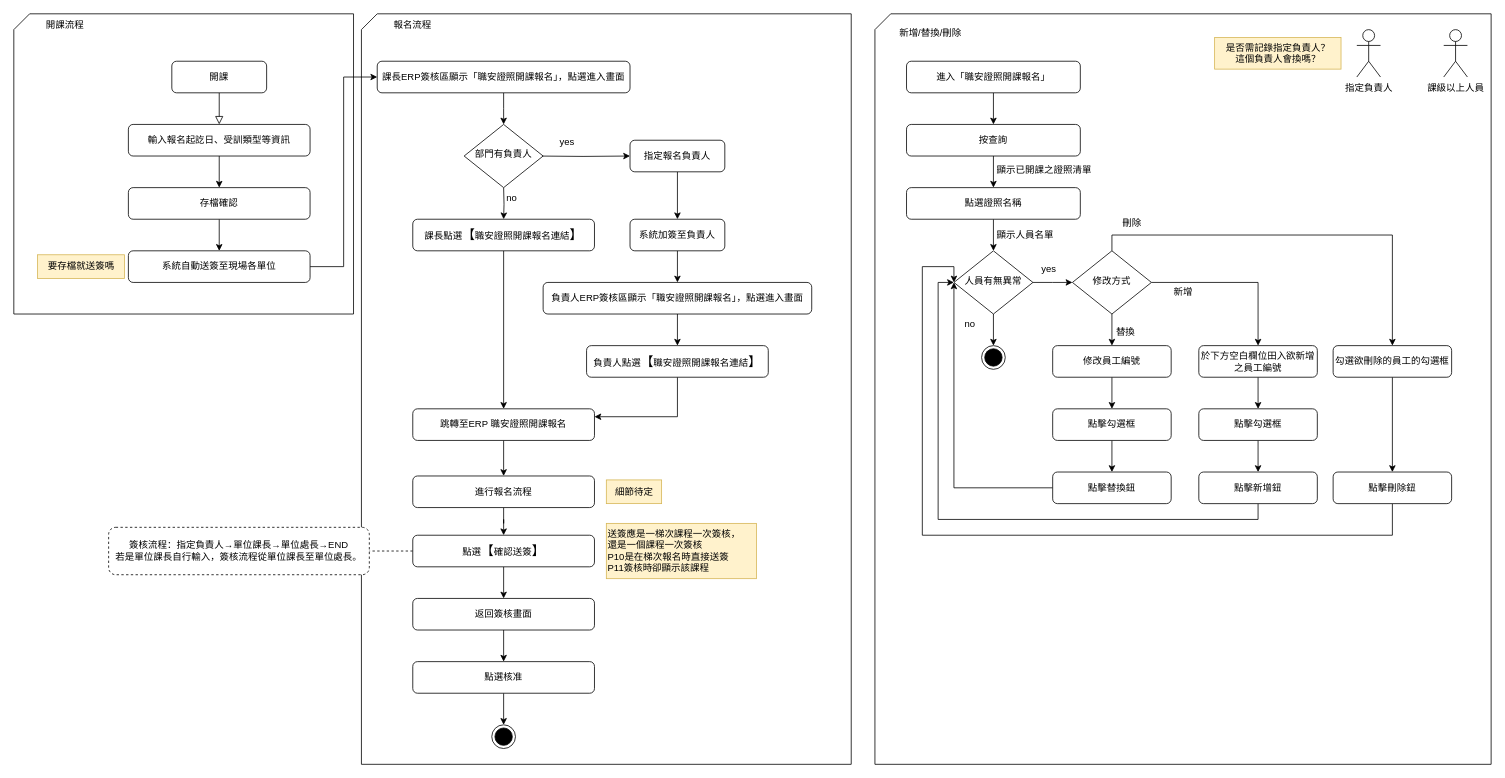
Before: page "activity" (1 of 2) of activity/未命名绘图.drawio in Pan-A321/FH_Drawing, a draw.io diagram. Source tidied: cells renumbered, new cells numbered last; positions are measured from the earlier drawing's top-left corner, leaving out a move shared by most shapes. Both pictures are drawn from the tidied source at 79%, with x=0, y=0 at pixel (13, 13).
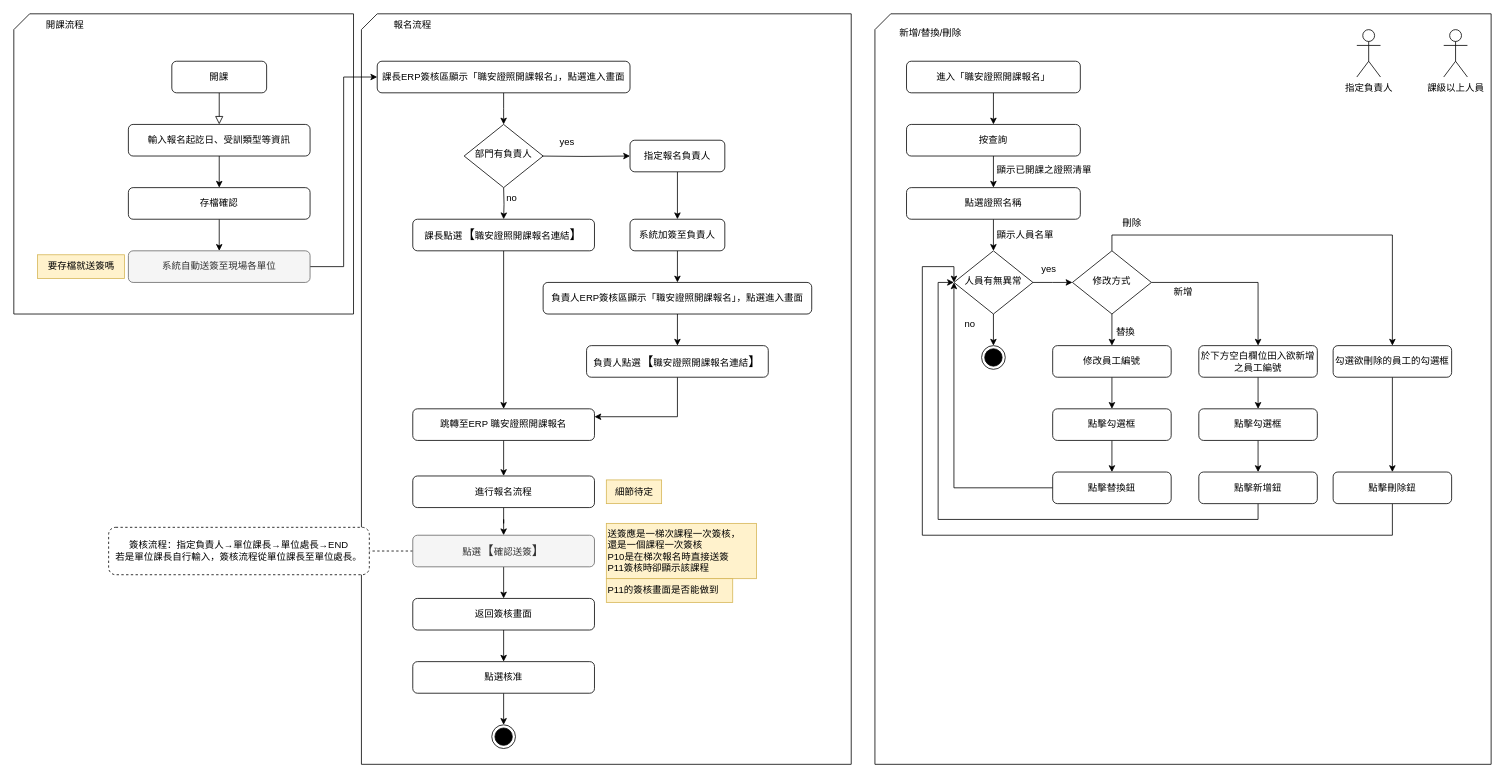
The same diagram, later.

What changed in the source:
```diff
@@
-    <mxCell id="12" value="系統自動送簽至現場各單位" style="rounded=1;whiteSpace=wrap;html=1;fontSize=12;glass=0;strokeWidth=1;shadow=0;" parent="1" vertex="1">
+    <mxCell id="12" value="系統自動送簽至現場各單位" style="rounded=1;whiteSpace=wrap;html=1;fontSize=12;glass=0;strokeWidth=1;shadow=0;fillColor=#f5f5f5;fontColor=#333333;strokeColor=#666666;" parent="1" vertex="1">
       <mxGeometry x="145" y="300" width="230" height="40" as="geometry" />
     </mxCell>
@@
-    <mxCell id="37" value="點選&lt;span style=&quot;font-size: 12pt;&quot;&gt;【&lt;/span&gt;確認送簽&lt;span style=&quot;font-size: 12pt;&quot;&gt;】&lt;/span&gt;" style="whiteSpace=wrap;html=1;rounded=1;glass=0;strokeWidth=1;shadow=0;" parent="1" vertex="1">
+    <mxCell id="37" value="點選&lt;span style=&quot;font-size: 12pt;&quot;&gt;【&lt;/span&gt;確認送簽&lt;span style=&quot;font-size: 12pt;&quot;&gt;】&lt;/span&gt;" style="whiteSpace=wrap;html=1;rounded=1;glass=0;strokeWidth=1;shadow=0;fillColor=#f5f5f5;fontColor=#333333;strokeColor=#666666;" parent="1" vertex="1">
       <mxGeometry x="505" y="660" width="230" height="40" as="geometry" />
     </mxCell>
@@
-    <mxCell id="88" value="是否需記錄指定負責人？&lt;div&gt;這個負責人會換嗎？&lt;/div&gt;" style="text;html=1;align=center;verticalAlign=middle;strokeColor=#d6b656;fillColor=#fff2cc;" parent="1" vertex="1">
-      <mxGeometry x="1520" y="30" width="160" height="40" as="geometry" />
-    </mxCell>
+    <mxCell id="89" value="P11的簽核畫面是否能做到" style="text;html=1;align=left;verticalAlign=middle;strokeColor=#d6b656;fillColor=#fff2cc;" parent="1" vertex="1">
+      <mxGeometry x="750" y="715" width="160" height="30" as="geometry" />
+    </mxCell>
```
